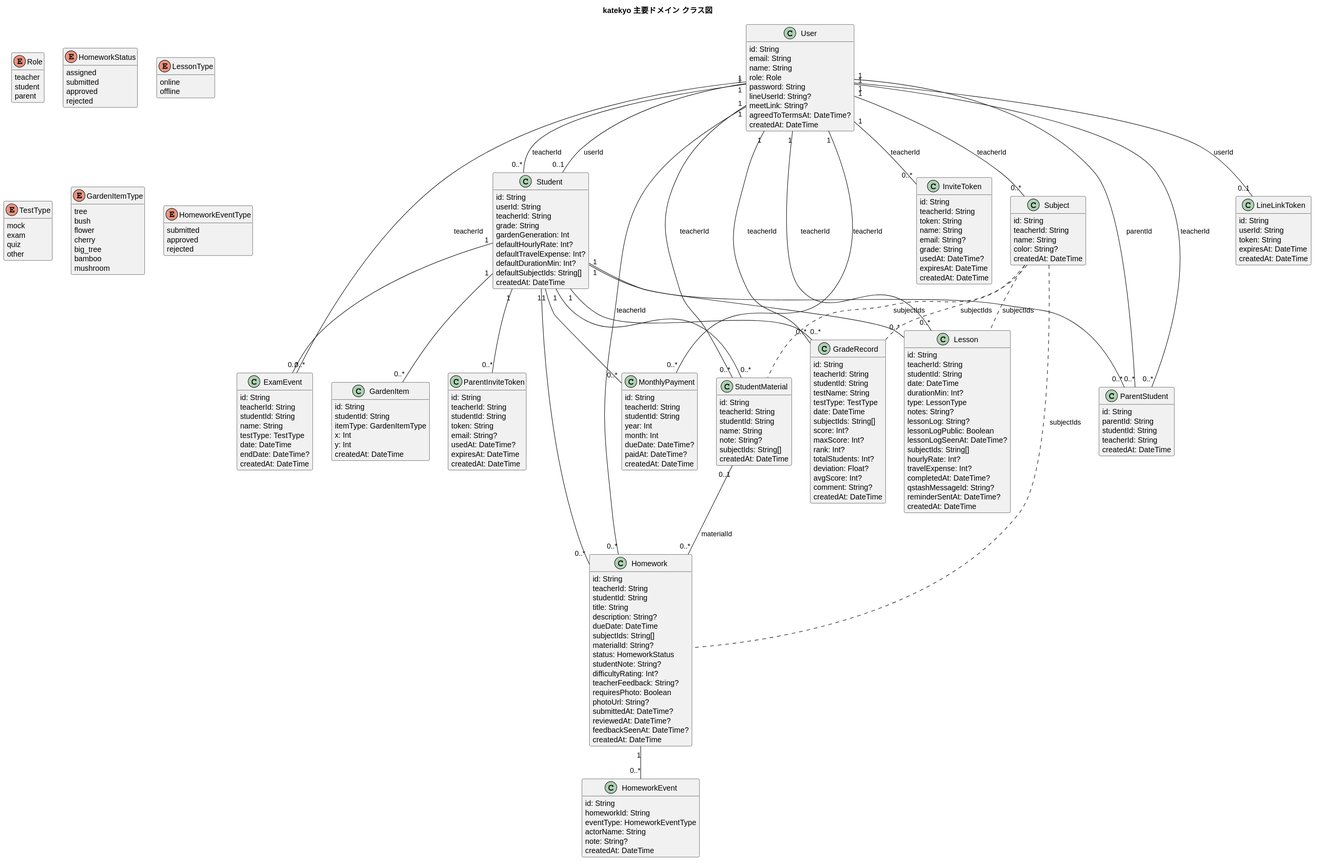
Above: docs/diagrams/class-diagram.svg in 97kuek/katekyo (PlantUML), before the change.
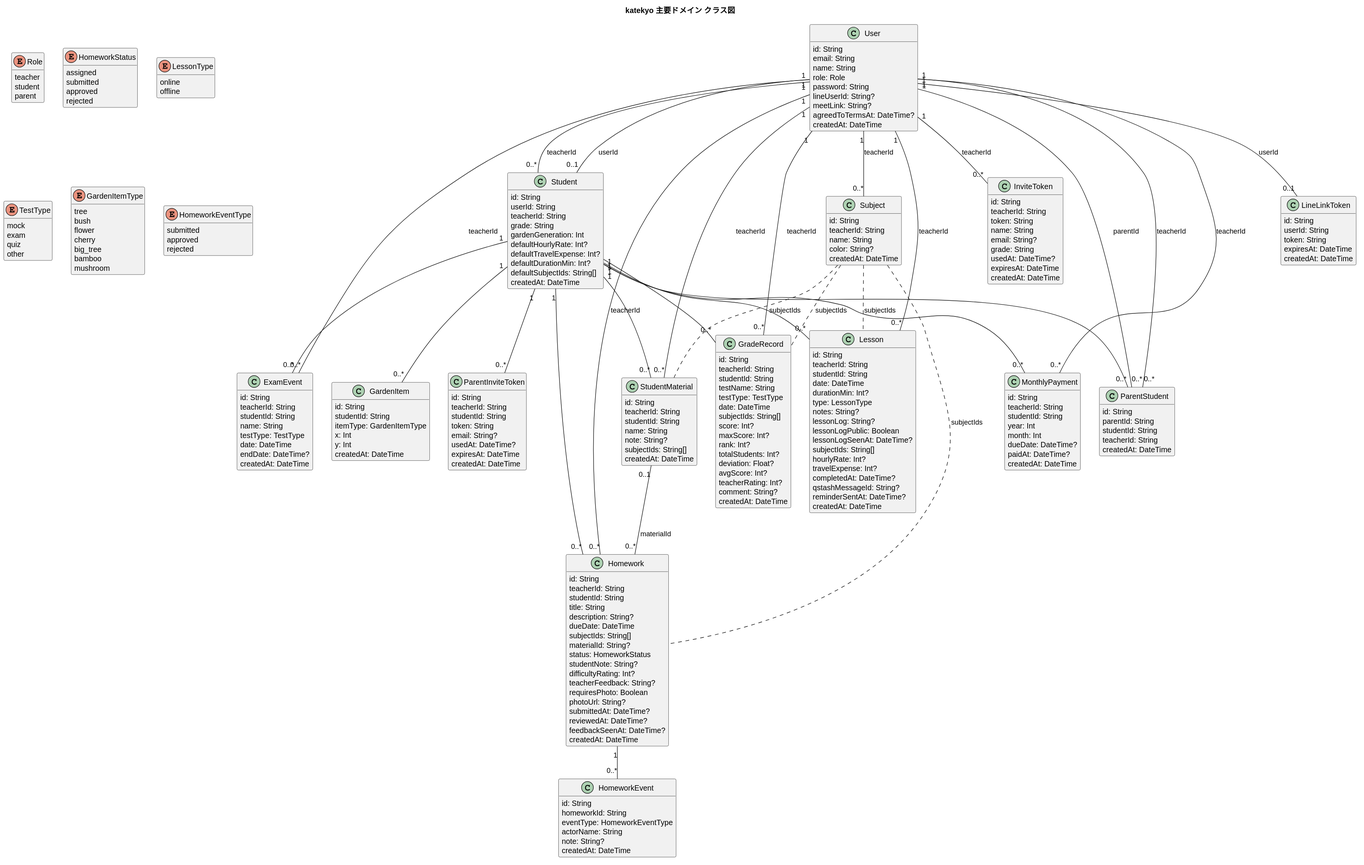
After the commit.

The edit, as a diff of the source:
```diff
@@ -133,6 +133,7 @@
   totalStudents: Int?
   deviation: Float?
   avgScore: Int?
+  teacherRating: Int?
   comment: String?
   createdAt: DateTime
 }
```
